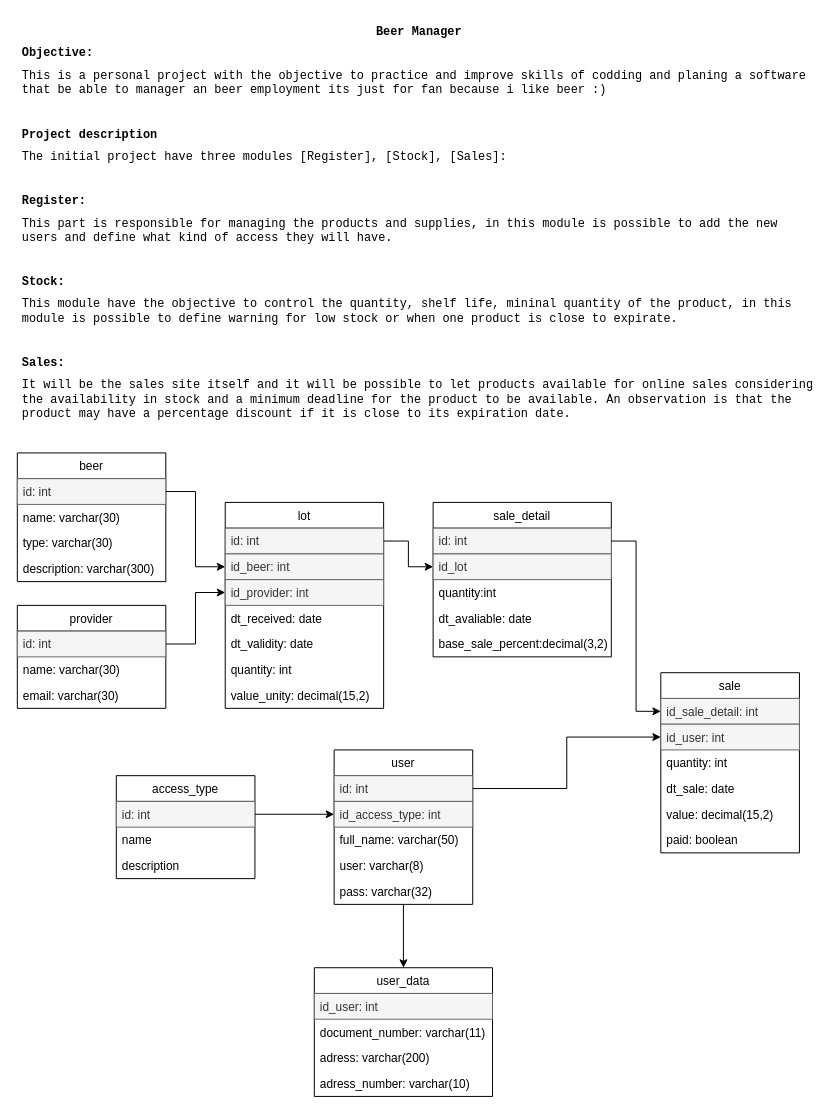
This is documentacao/Modelagem de dados/Modelagem de dados.drawio from distro104/beer-manager, a draw.io file, before an edit. Source tidied: cells renumbered, new cells numbered last; positions are measured from the earlier drawing's top-left corner, leaving out a move shared by most shapes. Both pictures are drawn from the tidied source at 99%, with x=0, y=0 at pixel (17, 27).
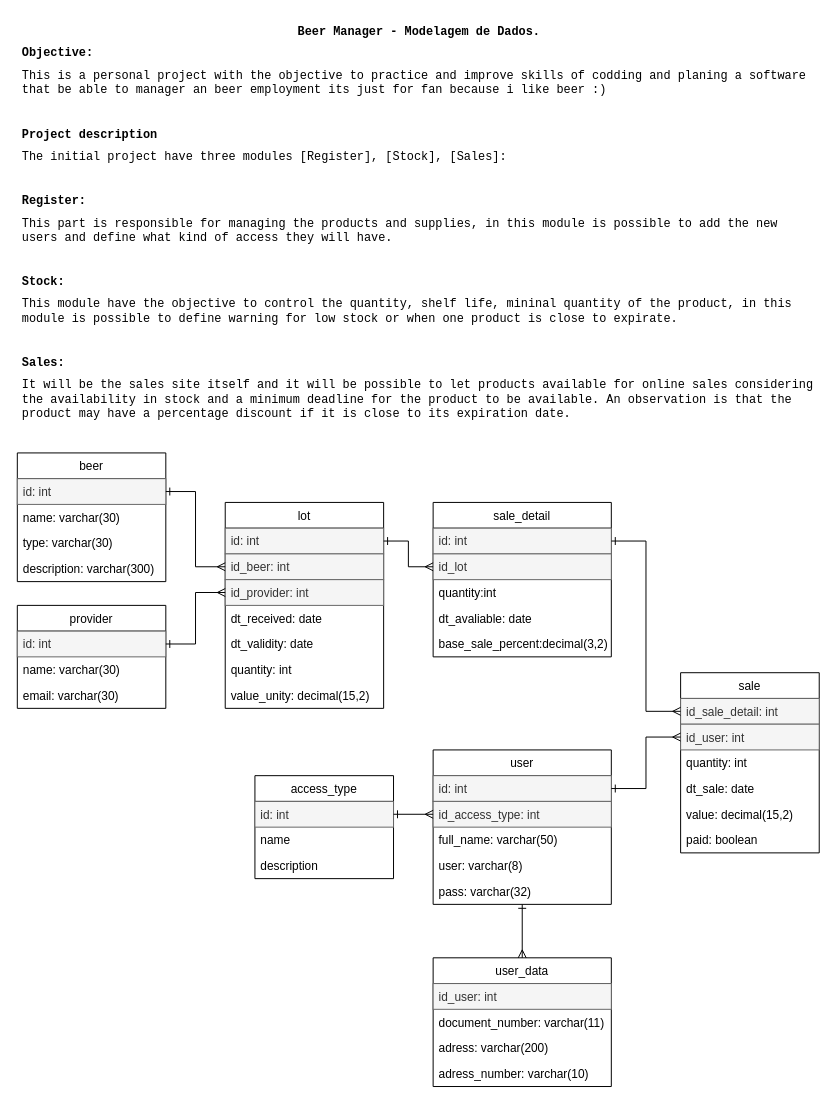
After the change.

Commit message:
Trabalhando na Modelagem de dados.

The change refers to these unchanged cells:
```xml
<mxCell id="3" value="id: int" style="text;strokeColor=#666666;fillColor=#f5f5f5;align=left;verticalAlign=top;spacingLeft=4;spacingRight=4;overflow=hidden;points=[[0,0.5],[1,0.5]];portConstraint=eastwest;fontColor=#333333;" parent="2" vertex="1">
  <mxGeometry y="26" width="150" height="26" as="geometry" />
</mxCell>
<mxCell id="8" value="id: int" style="text;strokeColor=#666666;fillColor=#f5f5f5;align=left;verticalAlign=top;spacingLeft=4;spacingRight=4;overflow=hidden;points=[[0,0.5],[1,0.5]];portConstraint=eastwest;fontColor=#333333;" parent="7" vertex="1">
  <mxGeometry y="26" width="150" height="26" as="geometry" />
</mxCell>
<mxCell id="12" value="id: int" style="text;strokeColor=#666666;fillColor=#f5f5f5;align=left;verticalAlign=top;spacingLeft=4;spacingRight=4;overflow=hidden;points=[[0,0.5],[1,0.5]];portConstraint=eastwest;fontColor=#333333;" parent="11" vertex="1">
  <mxGeometry y="26" width="160" height="26" as="geometry" />
</mxCell>
<mxCell id="13" value="id_beer: int" style="text;strokeColor=#666666;fillColor=#f5f5f5;align=left;verticalAlign=top;spacingLeft=4;spacingRight=4;overflow=hidden;points=[[0,0.5],[1,0.5]];portConstraint=eastwest;fontColor=#333333;" parent="11" vertex="1">
  <mxGeometry y="52" width="160" height="26" as="geometry" />
</mxCell>
<mxCell id="14" value="id_provider: int" style="text;strokeColor=#666666;fillColor=#f5f5f5;align=left;verticalAlign=top;spacingLeft=4;spacingRight=4;overflow=hidden;points=[[0,0.5],[1,0.5]];portConstraint=eastwest;fontColor=#333333;" parent="11" vertex="1">
  <mxGeometry y="78" width="160" height="26" as="geometry" />
</mxCell>
<mxCell id="29" value="id: int" style="text;strokeColor=#666666;fillColor=#f5f5f5;align=left;verticalAlign=top;spacingLeft=4;spacingRight=4;overflow=hidden;points=[[0,0.5],[1,0.5]];portConstraint=eastwest;fontColor=#333333;" parent="28" vertex="1">
  <mxGeometry y="26" width="140" height="26" as="geometry" />
</mxCell>
<mxCell id="39" value="id_sale_detail: int" style="text;strokeColor=#666666;fillColor=#f5f5f5;align=left;verticalAlign=top;spacingLeft=4;spacingRight=4;overflow=hidden;points=[[0,0.5],[1,0.5]];portConstraint=eastwest;fontColor=#333333;" parent="38" vertex="1">
  <mxGeometry y="26" width="140" height="26" as="geometry" />
</mxCell>
<mxCell id="40" value="id_user: int" style="text;strokeColor=#666666;fillColor=#f5f5f5;align=left;verticalAlign=top;spacingLeft=4;spacingRight=4;overflow=hidden;points=[[0,0.5],[1,0.5]];portConstraint=eastwest;fontColor=#333333;" parent="38" vertex="1">
  <mxGeometry y="52" width="140" height="26" as="geometry" />
</mxCell>
<mxCell id="46" value="id: int" style="text;strokeColor=#666666;fillColor=#f5f5f5;align=left;verticalAlign=top;spacingLeft=4;spacingRight=4;overflow=hidden;points=[[0,0.5],[1,0.5]];portConstraint=eastwest;fontColor=#333333;" parent="45" vertex="1">
  <mxGeometry y="26" width="180" height="26" as="geometry" />
</mxCell>
<mxCell id="47" value="id_lot" style="text;strokeColor=#666666;fillColor=#f5f5f5;align=left;verticalAlign=top;spacingLeft=4;spacingRight=4;overflow=hidden;points=[[0,0.5],[1,0.5]];portConstraint=eastwest;fontColor=#333333;" parent="45" vertex="1">
  <mxGeometry y="52" width="180" height="26" as="geometry" />
</mxCell>
```

The edit, as a diff of the source:
```diff
@@
-    <mxCell id="19" style="edgeStyle=orthogonalEdgeStyle;rounded=0;jettySize=auto;html=1;" parent="1" edge="1" source="8" target="14">
+    <mxCell id="19" style="edgeStyle=orthogonalEdgeStyle;rounded=0;jettySize=auto;html=1;startArrow=ERone;startFill=0;endArrow=ERmany;endFill=0;" parent="1" edge="1" source="8" target="14">
       <mxGeometry relative="1" as="geometry" />
     </mxCell>
-    <mxCell id="20" style="edgeStyle=orthogonalEdgeStyle;rounded=0;jettySize=auto;html=1;" parent="1" edge="1" source="3" target="13">
+    <mxCell id="20" style="edgeStyle=orthogonalEdgeStyle;rounded=0;jettySize=auto;html=1;startArrow=ERone;startFill=0;endArrow=ERmany;endFill=0;" parent="1" edge="1" source="3" target="13">
       <mxGeometry relative="1" as="geometry" />
     </mxCell>
-    <mxCell id="21" style="edgeStyle=orthogonalEdgeStyle;rounded=0;jettySize=auto;html=1;" parent="1" edge="1" source="22" target="33">
+    <mxCell id="21" style="edgeStyle=orthogonalEdgeStyle;rounded=0;jettySize=auto;html=1;startArrow=ERone;startFill=0;endArrow=ERmany;endFill=0;" parent="1" edge="1" source="22" target="33">
       <mxGeometry relative="1" as="geometry" />
     </mxCell>
     <mxCell id="22" value="user" style="swimlane;fontStyle=0;horizontal=1;startSize=26;fillColor=none;" parent="1" vertex="1">
-      <mxGeometry x="320" y="730" width="140" height="156" as="geometry" />
+      <mxGeometry x="420" y="730" width="180" height="156" as="geometry" />
     </mxCell>
     <mxCell id="23" value="id: int" style="text;strokeColor=#666666;fillColor=#f5f5f5;align=left;verticalAlign=top;spacingLeft=4;spacingRight=4;overflow=hidden;points=[[0,0.5],[1,0.5]];portConstraint=eastwest;fontColor=#333333;" parent="22" vertex="1">
-      <mxGeometry y="26" width="140" height="26" as="geometry" />
+      <mxGeometry y="26" width="180" height="26" as="geometry" />
     </mxCell>
     <mxCell id="24" value="id_access_type: int" style="text;strokeColor=#666666;fillColor=#f5f5f5;align=left;verticalAlign=top;spacingLeft=4;spacingRight=4;overflow=hidden;points=[[0,0.5],[1,0.5]];portConstraint=eastwest;fontColor=#333333;" parent="22" vertex="1">
-      <mxGeometry y="52" width="140" height="26" as="geometry" />
+      <mxGeometry y="52" width="180" height="26" as="geometry" />
     </mxCell>
     <mxCell id="25" value="full_name: varchar(50)" style="text;strokeColor=none;fillColor=none;align=left;verticalAlign=top;spacingLeft=4;spacingRight=4;overflow=hidden;" parent="22" vertex="1">
-      <mxGeometry y="78" width="140" height="26" as="geometry" />
+      <mxGeometry y="78" width="180" height="26" as="geometry" />
     </mxCell>
     <mxCell id="26" value="user: varchar(8)" style="text;strokeColor=none;fillColor=none;align=left;verticalAlign=top;spacingLeft=4;spacingRight=4;overflow=hidden;" parent="22" vertex="1">
-      <mxGeometry y="104" width="140" height="26" as="geometry" />
+      <mxGeometry y="104" width="180" height="26" as="geometry" />
     </mxCell>
     <mxCell id="27" value="pass: varchar(32)" style="text;strokeColor=none;fillColor=none;align=left;verticalAlign=top;spacingLeft=4;spacingRight=4;overflow=hidden;" parent="22" vertex="1">
-      <mxGeometry y="130" width="140" height="26" as="geometry" />
+      <mxGeometry y="130" width="180" height="26" as="geometry" />
     </mxCell>
     <mxCell id="28" value="access_type" style="swimlane;fontStyle=0;horizontal=1;startSize=26;fillColor=none;" parent="1" vertex="1">
-      <mxGeometry x="100" y="756" width="140" height="104" as="geometry" />
+      <mxGeometry x="240" y="756" width="140" height="104" as="geometry" />
     </mxCell>
@@
-    <mxCell id="32" style="edgeStyle=orthogonalEdgeStyle;rounded=0;jettySize=auto;html=1;" parent="1" edge="1" source="29" target="24">
+    <mxCell id="32" style="edgeStyle=orthogonalEdgeStyle;rounded=0;jettySize=auto;html=1;startArrow=ERone;startFill=0;endArrow=ERmany;endFill=0;" parent="1" edge="1" source="29" target="24">
       <mxGeometry relative="1" as="geometry" />
     </mxCell>
     <mxCell id="33" value="user_data" style="swimlane;fontStyle=0;horizontal=1;startSize=26;fillColor=none;" parent="1" vertex="1">
-      <mxGeometry x="300" y="950" width="180" height="130" as="geometry" />
+      <mxGeometry x="420" y="940" width="180" height="130" as="geometry" />
     </mxCell>
@@
     <mxCell id="38" value="sale" style="swimlane;fontStyle=0;horizontal=1;startSize=26;fillColor=none;" parent="1" vertex="1">
-      <mxGeometry x="650" y="652" width="140" height="182" as="geometry" />
+      <mxGeometry x="670" y="652" width="140" height="182" as="geometry" />
     </mxCell>
@@
-    <mxCell id="51" style="edgeStyle=orthogonalEdgeStyle;rounded=0;jettySize=auto;html=1;" parent="1" edge="1" source="12" target="47">
+    <mxCell id="51" style="edgeStyle=orthogonalEdgeStyle;rounded=0;jettySize=auto;html=1;startArrow=ERone;startFill=0;endArrow=ERmany;endFill=0;" parent="1" edge="1" source="12" target="47">
       <mxGeometry relative="1" as="geometry" />
     </mxCell>
-    <mxCell id="52" style="edgeStyle=orthogonalEdgeStyle;rounded=0;jettySize=auto;html=1;" parent="1" edge="1" source="46" target="39">
+    <mxCell id="52" style="edgeStyle=orthogonalEdgeStyle;rounded=0;jettySize=auto;html=1;startArrow=ERone;startFill=0;endArrow=ERmany;endFill=0;" parent="1" edge="1" source="46" target="39">
       <mxGeometry relative="1" as="geometry" />
     </mxCell>
-    <mxCell id="53" style="edgeStyle=orthogonalEdgeStyle;rounded=0;jettySize=auto;html=1;" parent="1" edge="1" source="23" target="40">
+    <mxCell id="53" style="edgeStyle=orthogonalEdgeStyle;rounded=0;jettySize=auto;html=1;startArrow=ERone;startFill=0;endArrow=ERmany;endFill=0;" parent="1" edge="1" source="23" target="40">
       <mxGeometry relative="1" as="geometry" />
     </mxCell>
-    <mxCell id="54" value="&lt;h1 style=&quot;text-align: center&quot;&gt;Beer Manager&lt;/h1&gt;&lt;h1&gt;Objective:&lt;/h1&gt;&lt;h1&gt;&lt;span style=&quot;font-weight: normal&quot;&gt;This is a personal project with the objective to practice and improve skills of codding and planing a software that be able to manager an beer employment its just for fan because i like beer :)&lt;/span&gt;&lt;/h1&gt;&lt;h1&gt;&lt;br&gt;&lt;/h1&gt;&lt;h1&gt;Project description&lt;/h1&gt;&lt;h1&gt;&lt;span style=&quot;font-weight: normal&quot;&gt;The initial project have three modules [Register], [Stock], [Sales]:&lt;/span&gt;&lt;/h1&gt;&lt;h1&gt;&lt;br&gt;&lt;/h1&gt;&lt;h1&gt;Register:&lt;/h1&gt;&lt;h1&gt;&lt;span style=&quot;font-weight: normal&quot;&gt;This part is responsible for managing the products and supplies, in this module is possible to add the new users and define what kind of access they will have.&lt;/span&gt;&lt;/h1&gt;&lt;h1&gt;&lt;br&gt;&lt;/h1&gt;&lt;h1&gt;Stock:&lt;/h1&gt;&lt;h1&gt;&lt;span style=&quot;font-weight: normal&quot;&gt;This module have the objective to control the quantity, shelf life, mininal quantity of the product, in this module is possible to define warning for low stock or when one product is close to expirate.&lt;/span&gt;&lt;/h1&gt;&lt;h1&gt;&lt;br&gt;&lt;/h1&gt;&lt;h1&gt;Sales:&lt;/h1&gt;&lt;h1&gt;&lt;span style=&quot;font-weight: normal&quot;&gt;It will be the sales site itself and it will be possible to let products available for online sales considering the availability in stock and a minimum deadline for the product to be available. An observation is that the product may have a percentage discount if it is close to its expiration date.&lt;/span&gt;&lt;/h1&gt;" style="text;html=1;strokeColor=none;fillColor=none;spacing=5;spacingTop=-20;whiteSpace=wrap;overflow=hidden;rounded=0;fontFamily=Courier New;fontSize=6;" parent="1" vertex="1">
+    <mxCell id="54" value="&lt;h1 style=&quot;text-align: center&quot;&gt;Beer Manager - Modelagem de Dados.&lt;/h1&gt;&lt;h1&gt;Objective:&lt;/h1&gt;&lt;h1&gt;&lt;span style=&quot;font-weight: normal&quot;&gt;This is a personal project with the objective to practice and improve skills of codding and planing a software that be able to manager an beer employment its just for fan because i like beer :)&lt;/span&gt;&lt;/h1&gt;&lt;h1&gt;&lt;br&gt;&lt;/h1&gt;&lt;h1&gt;Project description&lt;/h1&gt;&lt;h1&gt;&lt;span style=&quot;font-weight: normal&quot;&gt;The initial project have three modules [Register], [Stock], [Sales]:&lt;/span&gt;&lt;/h1&gt;&lt;h1&gt;&lt;br&gt;&lt;/h1&gt;&lt;h1&gt;Register:&lt;/h1&gt;&lt;h1&gt;&lt;span style=&quot;font-weight: normal&quot;&gt;This part is responsible for managing the products and supplies, in this module is possible to add the new users and define what kind of access they will have.&lt;/span&gt;&lt;/h1&gt;&lt;h1&gt;&lt;br&gt;&lt;/h1&gt;&lt;h1&gt;Stock:&lt;/h1&gt;&lt;h1&gt;&lt;span style=&quot;font-weight: normal&quot;&gt;This module have the objective to control the quantity, shelf life, mininal quantity of the product, in this module is possible to define warning for low stock or when one product is close to expirate.&lt;/span&gt;&lt;/h1&gt;&lt;h1&gt;&lt;br&gt;&lt;/h1&gt;&lt;h1&gt;Sales:&lt;/h1&gt;&lt;h1&gt;&lt;span style=&quot;font-weight: normal&quot;&gt;It will be the sales site itself and it will be possible to let products available for online sales considering the availability in stock and a minimum deadline for the product to be available. An observation is that the product may have a percentage discount if it is close to its expiration date.&lt;/span&gt;&lt;/h1&gt;" style="text;html=1;strokeColor=none;fillColor=none;spacing=5;spacingTop=-20;whiteSpace=wrap;overflow=hidden;rounded=0;fontFamily=Courier New;fontSize=6;" parent="1" vertex="1">
       <mxGeometry width="810" height="410" as="geometry" />
     </mxCell>
```
